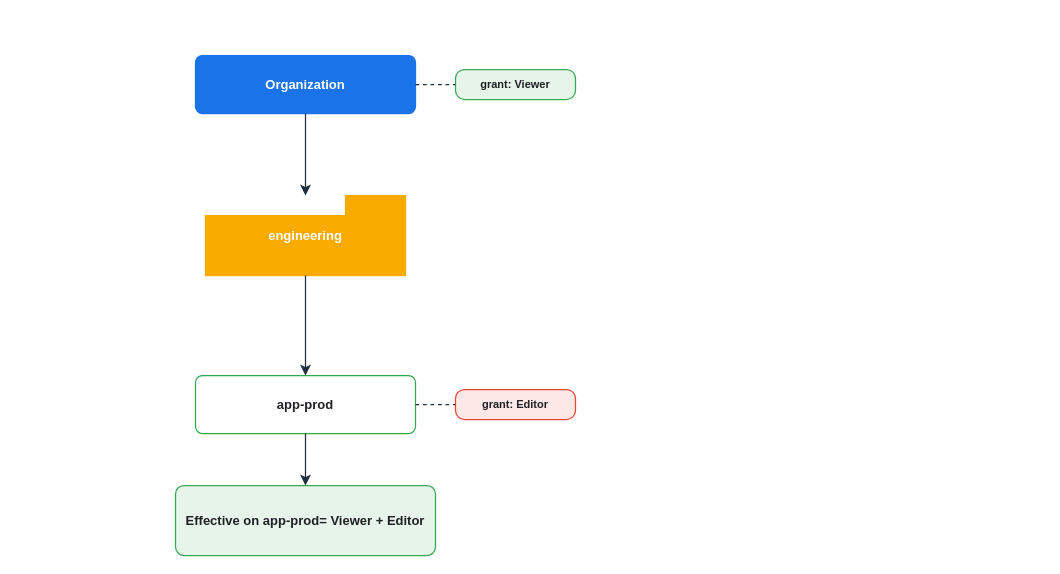
Earlier version of the draw.io diagram assets/img/gcp/gcp-iam-inheritance.drawio (KKamJi98/kkamji98.github.io). Source tidied: cells renumbered, new cells numbered last; positions are measured from the earlier drawing's top-left corner, leaving out a move shared by most shapes. Both pictures are drawn from the tidied source at 100%, with x=0, y=0 at pixel (175, 55).
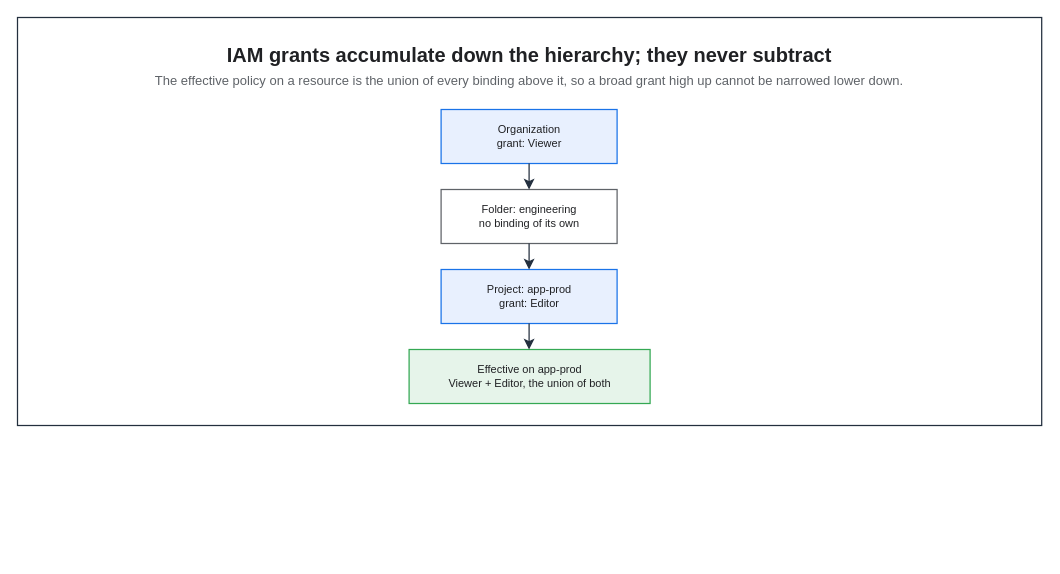
The same page after the edit.

The edit, as a diff of the source:
```diff
@@
 <mxGraphModel background="#FFFFFF">
   <root>
     <mxCell id="0" />
     <mxCell id="1" parent="0" />
+    <mxCell id="13" style="rounded=0;html=0;fillColor=none;strokeColor=#232F3E;fontColor=#202124;strokeWidth=1.25;" parent="1" vertex="1">
+      <mxGeometry x="-158" y="-38" width="1024.2" height="408" as="geometry" />
+    </mxCell>
+    <mxCell id="14" value="IAM grants accumulate down the hierarchy; they never subtract" style="text;html=0;whiteSpace=wrap;fillColor=none;strokeColor=none;fontColor=#202124;fontSize=20;fontStyle=1;align=center;verticalAlign=middle;" parent="1" vertex="1">
+      <mxGeometry x="-136" y="-16" width="980.2" height="30" as="geometry" />
+    </mxCell>
+    <mxCell id="15" value="The effective policy on a resource is the union of every binding above it, so a broad grant high up cannot be narrowed lower down." style="text;html=0;whiteSpace=wrap;fillColor=none;strokeColor=none;fontColor=#5F6368;fontSize=13;fontStyle=0;align=center;verticalAlign=middle;" parent="1" vertex="1">
+      <mxGeometry x="-136" y="14" width="980.2" height="22" as="geometry" />
+    </mxCell>
-    <mxCell id="2" value="Organization" style="rounded=1;arcSize=12;whiteSpace=wrap;html=0;fillColor=#1A73E8;strokeColor=#1A73E8;fontColor=#FFFFFF;fontSize=13;fontStyle=1;verticalAlign=middle;align=center;strokeWidth=1.25;" parent="1" vertex="1">
-      <mxGeometry x="20" width="220" height="58" as="geometry" />
+    <mxCell id="2" value="Organization&#10;grant: Viewer" style="rounded=0;whiteSpace=wrap;html=0;fillColor=#E8F0FE;strokeColor=#1A73E8;fontColor=#202124;fontSize=11;fontStyle=0;align=center;verticalAlign=middle;spacingLeft=6;spacingRight=6;strokeWidth=1.25;" parent="1" vertex="1">
+      <mxGeometry x="265.6" y="54" width="176" height="54" as="geometry" />
     </mxCell>
-    <mxCell id="3" value="grant: Viewer" style="rounded=1;arcSize=30;whiteSpace=wrap;html=0;fillColor=#E6F4EA;strokeColor=#34A853;fontColor=#202124;fontSize=11;fontStyle=1;verticalAlign=middle;align=center;strokeWidth=1.25;" parent="1" vertex="1">
-      <mxGeometry x="280" y="14" width="120" height="30" as="geometry" />
-    </mxCell>
-    <mxCell id="4" value="engineering" style="shape=folder;html=0;whiteSpace=wrap;fillColor=#F9AB00;strokeColor=#F9AB00;fontColor=#FFFFFF;fontSize=13;fontStyle=1;verticalAlign=middle;align=center;strokeWidth=1.25;" parent="1" vertex="1">
-      <mxGeometry x="30" y="140" width="200" height="80" as="geometry" />
+    <mxCell id="4" value="Folder: engineering&#10;no binding of its own" style="rounded=0;whiteSpace=wrap;html=0;fillColor=#FFFFFF;strokeColor=#5F6368;fontColor=#202124;fontSize=11;fontStyle=0;align=center;verticalAlign=middle;spacingLeft=6;spacingRight=6;strokeWidth=1.25;" parent="1" vertex="1">
+      <mxGeometry x="265.6" y="134" width="176" height="54" as="geometry" />
     </mxCell>
-    <mxCell id="5" value="app-prod" style="rounded=1;arcSize=12;whiteSpace=wrap;html=0;fillColor=#FFFFFF;strokeColor=#34A853;fontColor=#202124;fontSize=13;fontStyle=1;verticalAlign=middle;align=center;strokeWidth=1.25;" parent="1" vertex="1">
-      <mxGeometry x="20" y="320" width="220" height="58" as="geometry" />
+    <mxCell id="5" value="Project: app-prod&#10;grant: Editor" style="rounded=0;whiteSpace=wrap;html=0;fillColor=#E8F0FE;strokeColor=#1A73E8;fontColor=#202124;fontSize=11;fontStyle=0;align=center;verticalAlign=middle;spacingLeft=6;spacingRight=6;strokeWidth=1.25;" parent="1" vertex="1">
+      <mxGeometry x="265.6" y="214" width="176" height="54" as="geometry" />
     </mxCell>
-    <mxCell id="6" value="grant: Editor" style="rounded=1;arcSize=30;whiteSpace=wrap;html=0;fillColor=#FCE8E6;strokeColor=#EA4335;fontColor=#202124;fontSize=11;fontStyle=1;verticalAlign=middle;align=center;strokeWidth=1.25;" parent="1" vertex="1">
-      <mxGeometry x="280" y="334" width="120" height="30" as="geometry" />
-    </mxCell>
-    <mxCell id="7" value="Effective on app-prod= Viewer + Editor" style="rounded=1;arcSize=12;whiteSpace=wrap;html=0;fillColor=#E6F4EA;strokeColor=#34A853;fontColor=#202124;fontSize=13;fontStyle=1;verticalAlign=middle;align=center;strokeWidth=1.25;" parent="1" vertex="1">
-      <mxGeometry y="430" width="260" height="70" as="geometry" />
+    <mxCell id="7" value="Effective on app-prod&#10;Viewer + Editor, the union of both" style="rounded=0;whiteSpace=wrap;html=0;fillColor=#E6F4EA;strokeColor=#34A853;fontColor=#202124;fontSize=11;fontStyle=0;align=center;verticalAlign=middle;spacingLeft=6;spacingRight=6;strokeWidth=1.25;" parent="1" vertex="1">
+      <mxGeometry x="233.6" y="294" width="241" height="54" as="geometry" />
     </mxCell>
-    <mxCell id="8" style="edgeStyle=orthogonalEdgeStyle;html=0;rounded=0;strokeColor=#232F3E;strokeWidth=1.25;fontColor=#202124;endArrow=none;dashed=1;exitX=1;exitY=0.5;exitDx=0;exitDy=0;entryX=0;entryY=0.5;entryDx=0;entryDy=0;" parent="1" edge="1" source="2" target="3">
-      <mxGeometry relative="1" as="geometry" />
-    </mxCell>
-    <mxCell id="9" style="edgeStyle=orthogonalEdgeStyle;html=0;rounded=0;strokeColor=#232F3E;strokeWidth=1.25;fontColor=#202124;endArrow=none;dashed=1;exitX=1;exitY=0.5;exitDx=0;exitDy=0;entryX=0;entryY=0.5;entryDx=0;entryDy=0;" parent="1" edge="1" source="5" target="6">
-      <mxGeometry relative="1" as="geometry" />
-    </mxCell>
-    <mxCell id="10" style="edgeStyle=orthogonalEdgeStyle;html=0;rounded=0;strokeColor=#232F3E;strokeWidth=1.25;fontColor=#202124;labelBackgroundColor=none;endArrow=classic;exitX=0.5;exitY=1;exitDx=0;exitDy=0;entryX=0.5;entryY=0;entryDx=0;entryDy=0;endSize=7;" parent="1" edge="1" source="2" target="4">
+    <mxCell id="10" style="edgeStyle=orthogonalEdgeStyle;rounded=0;html=0;strokeColor=#232F3E;strokeWidth=1.25;endArrow=classic;endFill=1;endSize=7;fontSize=11;fontColor=#202124;labelBackgroundColor=none;jettySize=14;exitX=0.5;exitY=1;entryX=0.5;entryY=0;exitDx=0;exitDy=0;entryDx=0;entryDy=0;" parent="1" edge="1" source="2" target="4">
       <mxGeometry relative="1" as="geometry" />
     </mxCell>
-    <mxCell id="11" style="edgeStyle=orthogonalEdgeStyle;html=0;rounded=0;strokeColor=#232F3E;strokeWidth=1.25;fontColor=#202124;labelBackgroundColor=none;endArrow=classic;exitX=0.5;exitY=1;exitDx=0;exitDy=0;entryX=0.5;entryY=0;entryDx=0;entryDy=0;endSize=7;" parent="1" edge="1" source="4" target="5">
+    <mxCell id="11" style="edgeStyle=orthogonalEdgeStyle;rounded=0;html=0;strokeColor=#232F3E;strokeWidth=1.25;endArrow=classic;endFill=1;endSize=7;fontSize=11;fontColor=#202124;labelBackgroundColor=none;jettySize=14;exitX=0.5;exitY=1;entryX=0.5;entryY=0;exitDx=0;exitDy=0;entryDx=0;entryDy=0;" parent="1" edge="1" source="4" target="5">
       <mxGeometry relative="1" as="geometry" />
     </mxCell>
-    <mxCell id="12" style="edgeStyle=orthogonalEdgeStyle;html=0;rounded=0;strokeColor=#232F3E;strokeWidth=1.25;fontColor=#202124;endArrow=classic;exitX=0.5;exitY=1;exitDx=0;exitDy=0;entryX=0.5;entryY=0;entryDx=0;entryDy=0;endSize=7;" parent="1" edge="1" source="5" target="7">
+    <mxCell id="12" style="edgeStyle=orthogonalEdgeStyle;rounded=0;html=0;strokeColor=#232F3E;strokeWidth=1.25;endArrow=classic;endFill=1;endSize=7;fontSize=11;fontColor=#202124;labelBackgroundColor=none;jettySize=14;exitX=0.5;exitY=1;entryX=0.4979;entryY=0;exitDx=0;exitDy=0;entryDx=0;entryDy=0;" parent="1" edge="1" source="5" target="7">
       <mxGeometry relative="1" as="geometry" />
     </mxCell>
   </root>
 </mxGraphModel>
```
